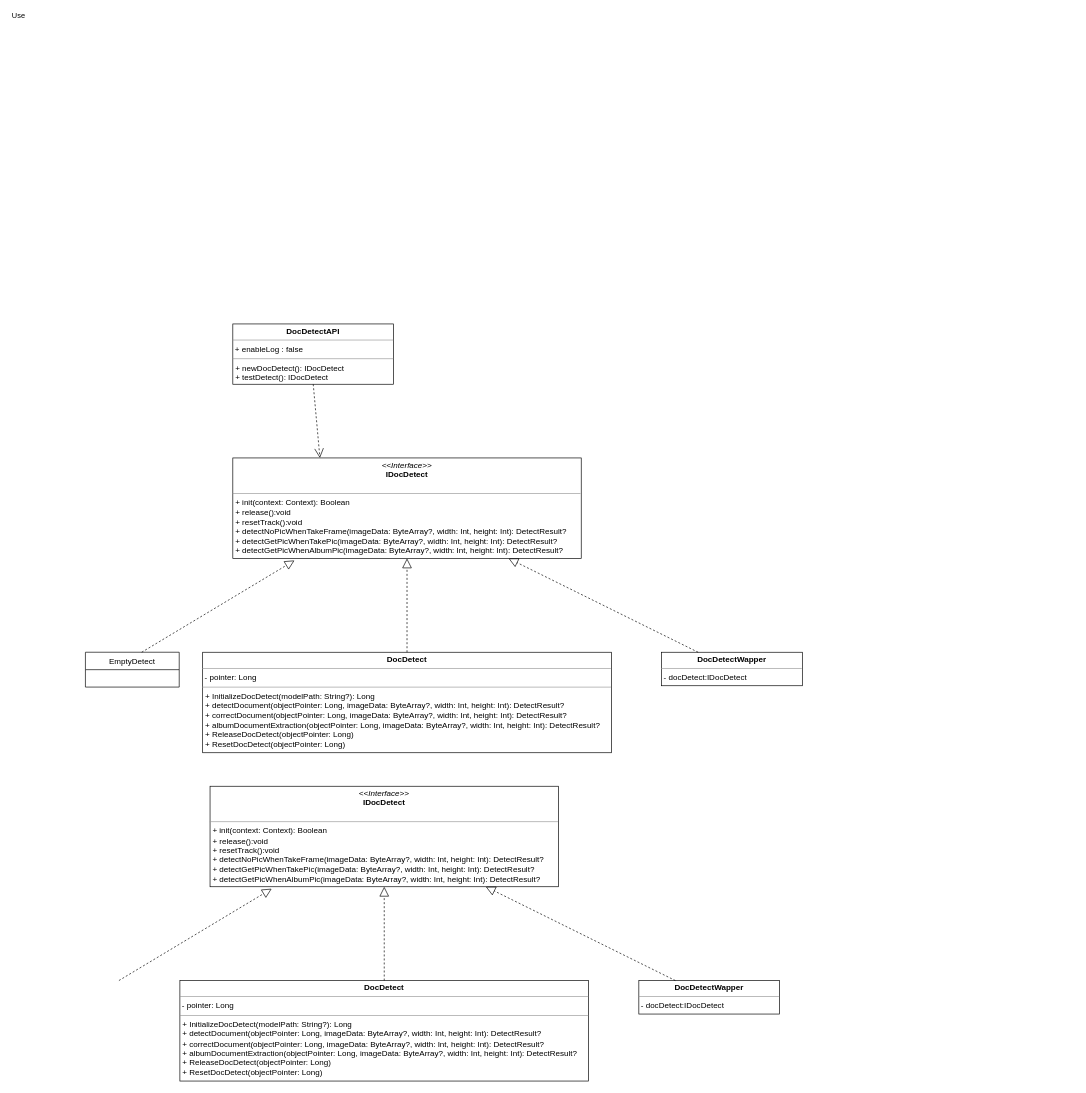
AlbertSnow/c keeps this draw.io diagram as page "API-data-source" (5 of 5) of pre-module-age.drawio. Above is the earlier version. Source tidied: cells renumbered, new cells numbered last; positions are measured from the earlier drawing's top-left corner, leaving out a move shared by most shapes. Both pictures are drawn from the tidied source at 67%, with x=0, y=0 at pixel (85, 324).
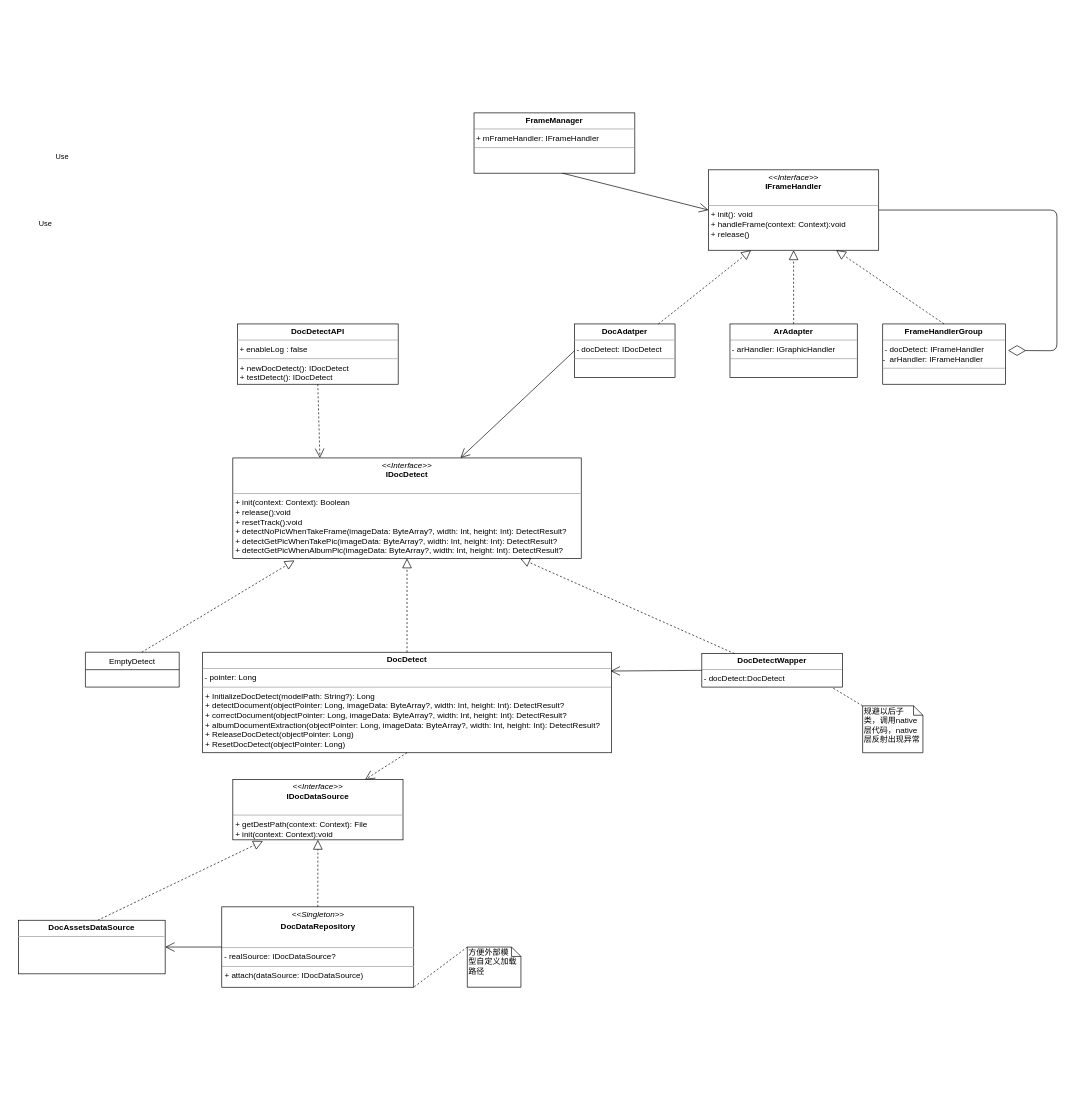
After the change.

Commit message:
Add client API

Unchanged cells that the change refers to:
```xml
<mxCell id="2" value="&lt;p style=&quot;margin: 0px ; margin-top: 4px ; text-align: center&quot;&gt;&lt;i&gt;&amp;lt;&amp;lt;Interface&amp;gt;&amp;gt;&lt;/i&gt;&lt;br&gt;&lt;b&gt;IDocDetect&lt;/b&gt;&lt;/p&gt;&lt;p style=&quot;margin: 0px ; margin-left: 4px&quot;&gt;&lt;br&gt;&lt;/p&gt;&lt;hr size=&quot;1&quot;&gt;&lt;p style=&quot;margin: 0px ; margin-left: 4px&quot;&gt;+&amp;nbsp;init(context: Context): Boolean&lt;/p&gt;&lt;p style=&quot;margin: 0px ; margin-left: 4px&quot;&gt;+ release():void&lt;/p&gt;&lt;p style=&quot;margin: 0px ; margin-left: 4px&quot;&gt;+ resetTrack():void&lt;/p&gt;&lt;p style=&quot;margin: 0px ; margin-left: 4px&quot;&gt;+ detectNoPicWhenTakeFrame(imageData: ByteArray?, width: Int, height: Int): DetectResult?&lt;/p&gt;&lt;p style=&quot;margin: 0px ; margin-left: 4px&quot;&gt;+ detectGetPicWhenTakePic(imageData: ByteArray?, width: Int, height: Int): DetectResult?&lt;/p&gt;&lt;p style=&quot;margin: 0px ; margin-left: 4px&quot;&gt;+ detectGetPicWhenAlbumPic(imageData: ByteArray?, width: Int, height: Int): DetectResult?&lt;/p&gt;&lt;p style=&quot;margin: 0px ; margin-left: 4px&quot;&gt;&lt;br&gt;&lt;/p&gt;&lt;p style=&quot;margin: 0px ; margin-left: 4px&quot;&gt;&lt;br&gt;&lt;/p&gt;&lt;p style=&quot;margin: 0px ; margin-left: 4px&quot;&gt;&lt;br&gt;&lt;/p&gt;&lt;p style=&quot;margin: 0px ; margin-left: 4px&quot;&gt;&lt;br&gt;&lt;/p&gt;" style="verticalAlign=top;align=left;overflow=fill;fontSize=12;fontFamily=Helvetica;html=1;" parent="1" vertex="1">
  <mxGeometry x="220" y="200" width="520" height="150" as="geometry" />
</mxCell>
<mxCell id="4" value="&lt;p style=&quot;margin: 0px ; margin-top: 4px ; text-align: center&quot;&gt;&lt;b&gt;DocDetect&lt;/b&gt;&lt;/p&gt;&lt;hr size=&quot;1&quot;&gt;&amp;nbsp;-&lt;span&gt;&amp;nbsp;pointer: Long&lt;/span&gt;&lt;br&gt;&lt;hr size=&quot;1&quot;&gt;&lt;p style=&quot;margin: 0px ; margin-left: 4px&quot;&gt;+ InitializeDocDetect(modelPath: String?): Long&lt;/p&gt;&lt;p style=&quot;margin: 0px ; margin-left: 4px&quot;&gt;+ detectDocument(objectPointer: Long, imageData: ByteArray?, width: Int, height: Int): DetectResult?&lt;/p&gt;&lt;p style=&quot;margin: 0px ; margin-left: 4px&quot;&gt;+ correctDocument(objectPointer: Long, imageData: ByteArray?, width: Int, height: Int): DetectResult?&lt;/p&gt;&lt;p style=&quot;margin: 0px ; margin-left: 4px&quot;&gt;+ albumDocumentExtraction(objectPointer: Long, imageData: ByteArray?, width: Int, height: Int): DetectResult?&lt;/p&gt;&lt;p style=&quot;margin: 0px ; margin-left: 4px&quot;&gt;+ ReleaseDocDetect(objectPointer: Long)&lt;/p&gt;&lt;p style=&quot;margin: 0px ; margin-left: 4px&quot;&gt;+ ResetDocDetect(objectPointer: Long)&lt;/p&gt;" style="verticalAlign=top;align=left;overflow=fill;fontSize=12;fontFamily=Helvetica;html=1;" parent="1" vertex="1">
  <mxGeometry x="175" y="490" width="610" height="150" as="geometry" />
</mxCell>
```

The edit, as a diff of the source:
```diff
@@
-    <mxCell id="7" value="&lt;p style=&quot;margin: 0px ; margin-top: 4px ; text-align: center&quot;&gt;&lt;b&gt;DocDetectWapper&lt;/b&gt;&lt;/p&gt;&lt;hr size=&quot;1&quot;&gt;&amp;nbsp;-&lt;span&gt;&amp;nbsp;docDetect:IDocDetect&lt;/span&gt;&lt;br&gt;&lt;hr size=&quot;1&quot;&gt;&lt;p style=&quot;margin: 0px ; margin-left: 4px&quot;&gt;&lt;br&gt;&lt;/p&gt;" style="verticalAlign=top;align=left;overflow=fill;fontSize=12;fontFamily=Helvetica;html=1;" parent="1" vertex="1">
-      <mxGeometry x="860" y="490" width="210" height="50" as="geometry" />
+    <mxCell id="7" value="&lt;p style=&quot;margin: 0px ; margin-top: 4px ; text-align: center&quot;&gt;&lt;b&gt;DocDetectWapper&lt;/b&gt;&lt;/p&gt;&lt;hr size=&quot;1&quot;&gt;&amp;nbsp;-&lt;span&gt;&amp;nbsp;docDetect:DocDetect&lt;/span&gt;&lt;br&gt;&lt;hr size=&quot;1&quot;&gt;&lt;p style=&quot;margin: 0px ; margin-left: 4px&quot;&gt;&lt;br&gt;&lt;/p&gt;" style="verticalAlign=top;align=left;overflow=fill;fontSize=12;fontFamily=Helvetica;html=1;" parent="1" vertex="1">
+      <mxGeometry x="920" y="492" width="210" height="50" as="geometry" />
     </mxCell>
@@
     <mxCell id="9" value="&lt;p style=&quot;margin: 0px ; margin-top: 4px ; text-align: center&quot;&gt;&lt;b&gt;DocDetectAPI&lt;/b&gt;&lt;/p&gt;&lt;hr size=&quot;1&quot;&gt;&amp;nbsp;&lt;span&gt;+ enableLog : false&lt;/span&gt;&lt;br&gt;&lt;hr size=&quot;1&quot;&gt;&lt;p style=&quot;margin: 0px ; margin-left: 4px&quot;&gt;+ newDocDetect(): IDocDetect&lt;/p&gt;&lt;p style=&quot;margin: 0px ; margin-left: 4px&quot;&gt;+ testDetect(): IDocDetect&lt;/p&gt;" style="verticalAlign=top;align=left;overflow=fill;fontSize=12;fontFamily=Helvetica;html=1;" parent="1" vertex="1">
-      <mxGeometry x="220" width="240" height="90" as="geometry" />
+      <mxGeometry x="226.8" width="240" height="90" as="geometry" />
     </mxCell>
     <mxCell id="10" value="Use" style="endArrow=open;endSize=12;dashed=1;html=1;exitX=0.5;exitY=1;exitDx=0;exitDy=0;entryX=0.25;entryY=0;entryDx=0;entryDy=0;" parent="1" edge="1" source="9" target="2">
-      <mxGeometry x="-1" y="-704" relative="1" as="geometry">
-        <mxPoint x="261" y="-614" as="offset" />
+      <mxGeometry x="-1" y="-490" relative="1" as="geometry">
+        <mxPoint x="108" y="-354" as="offset" />
       </mxGeometry>
     </mxCell>
-    <mxCell id="11" value="&lt;p style=&quot;margin: 0px ; margin-top: 4px ; text-align: center&quot;&gt;&lt;i&gt;&amp;lt;&amp;lt;Interface&amp;gt;&amp;gt;&lt;/i&gt;&lt;br&gt;&lt;b&gt;IDocDetect&lt;/b&gt;&lt;/p&gt;&lt;p style=&quot;margin: 0px ; margin-left: 4px&quot;&gt;&lt;br&gt;&lt;/p&gt;&lt;hr size=&quot;1&quot;&gt;&lt;p style=&quot;margin: 0px ; margin-left: 4px&quot;&gt;+&amp;nbsp;init(context: Context): Boolean&lt;/p&gt;&lt;p style=&quot;margin: 0px ; margin-left: 4px&quot;&gt;+ release():void&lt;/p&gt;&lt;p style=&quot;margin: 0px ; margin-left: 4px&quot;&gt;+ resetTrack():void&lt;/p&gt;&lt;p style=&quot;margin: 0px ; margin-left: 4px&quot;&gt;+ detectNoPicWhenTakeFrame(imageData: ByteArray?, width: Int, height: Int): DetectResult?&lt;/p&gt;&lt;p style=&quot;margin: 0px ; margin-left: 4px&quot;&gt;+ detectGetPicWhenTakePic(imageData: ByteArray?, width: Int, height: Int): DetectResult?&lt;/p&gt;&lt;p style=&quot;margin: 0px ; margin-left: 4px&quot;&gt;+ detectGetPicWhenAlbumPic(imageData: ByteArray?, width: Int, height: Int): DetectResult?&lt;/p&gt;&lt;p style=&quot;margin: 0px ; margin-left: 4px&quot;&gt;&lt;br&gt;&lt;/p&gt;&lt;p style=&quot;margin: 0px ; margin-left: 4px&quot;&gt;&lt;br&gt;&lt;/p&gt;&lt;p style=&quot;margin: 0px ; margin-left: 4px&quot;&gt;&lt;br&gt;&lt;/p&gt;&lt;p style=&quot;margin: 0px ; margin-left: 4px&quot;&gt;&lt;br&gt;&lt;/p&gt;" style="verticalAlign=top;align=left;overflow=fill;fontSize=12;fontFamily=Helvetica;html=1;" parent="1" vertex="1">
-      <mxGeometry x="186" y="690" width="520" height="150" as="geometry" />
+    <mxCell id="11" value="&lt;p style=&quot;margin: 0px ; margin-top: 4px ; text-align: center&quot;&gt;&lt;i&gt;&amp;lt;&amp;lt;Interface&amp;gt;&amp;gt;&lt;/i&gt;&lt;br&gt;&lt;b&gt;IDocDataSource&lt;/b&gt;&lt;/p&gt;&lt;p style=&quot;margin: 0px ; margin-left: 4px&quot;&gt;&lt;br&gt;&lt;/p&gt;&lt;hr size=&quot;1&quot;&gt;&lt;p style=&quot;margin: 0px ; margin-left: 4px&quot;&gt;+&amp;nbsp;getDestPath(context: Context): File&lt;/p&gt;&lt;p style=&quot;margin: 0px ; margin-left: 4px&quot;&gt;+ init(context: Context):void&lt;/p&gt;&lt;p style=&quot;margin: 0px ; margin-left: 4px&quot;&gt;&lt;br&gt;&lt;/p&gt;&lt;p style=&quot;margin: 0px ; margin-left: 4px&quot;&gt;&lt;br&gt;&lt;/p&gt;&lt;p style=&quot;margin: 0px ; margin-left: 4px&quot;&gt;&lt;br&gt;&lt;/p&gt;&lt;p style=&quot;margin: 0px ; margin-left: 4px&quot;&gt;&lt;br&gt;&lt;/p&gt;" style="verticalAlign=top;align=left;overflow=fill;fontSize=12;fontFamily=Helvetica;html=1;" parent="1" vertex="1">
+      <mxGeometry x="220" y="680" width="254" height="90" as="geometry" />
     </mxCell>
-    <mxCell id="12" style="endArrow=block;dashed=1;endFill=0;endSize=12;html=1;exitX=0.6;exitY=0;exitDx=0;exitDy=0;exitPerimeter=0;entryX=0.177;entryY=1.02;entryDx=0;entryDy=0;entryPerimeter=0;" parent="1" edge="1" target="11">
-      <mxGeometry relative="1" as="geometry">
-        <mxPoint x="50" y="980" as="sourcePoint" />
-      </mxGeometry>
+    <mxCell id="12" style="endArrow=block;dashed=1;endFill=0;endSize=12;html=1;entryX=0.177;entryY=1.02;entryDx=0;entryDy=0;entryPerimeter=0;exitX=0.541;exitY=0;exitDx=0;exitDy=0;exitPerimeter=0;" parent="1" edge="1" source="22" target="11">
+      <mxGeometry relative="1" as="geometry" />
     </mxCell>
-    <mxCell id="13" value="&lt;p style=&quot;margin: 0px ; margin-top: 4px ; text-align: center&quot;&gt;&lt;b&gt;DocDetect&lt;/b&gt;&lt;/p&gt;&lt;hr size=&quot;1&quot;&gt;&amp;nbsp;-&lt;span&gt;&amp;nbsp;pointer: Long&lt;/span&gt;&lt;br&gt;&lt;hr size=&quot;1&quot;&gt;&lt;p style=&quot;margin: 0px ; margin-left: 4px&quot;&gt;+ InitializeDocDetect(modelPath: String?): Long&lt;/p&gt;&lt;p style=&quot;margin: 0px ; margin-left: 4px&quot;&gt;+ detectDocument(objectPointer: Long, imageData: ByteArray?, width: Int, height: Int): DetectResult?&lt;/p&gt;&lt;p style=&quot;margin: 0px ; margin-left: 4px&quot;&gt;+ correctDocument(objectPointer: Long, imageData: ByteArray?, width: Int, height: Int): DetectResult?&lt;/p&gt;&lt;p style=&quot;margin: 0px ; margin-left: 4px&quot;&gt;+ albumDocumentExtraction(objectPointer: Long, imageData: ByteArray?, width: Int, height: Int): DetectResult?&lt;/p&gt;&lt;p style=&quot;margin: 0px ; margin-left: 4px&quot;&gt;+ ReleaseDocDetect(objectPointer: Long)&lt;/p&gt;&lt;p style=&quot;margin: 0px ; margin-left: 4px&quot;&gt;+ ResetDocDetect(objectPointer: Long)&lt;/p&gt;" style="verticalAlign=top;align=left;overflow=fill;fontSize=12;fontFamily=Helvetica;html=1;" parent="1" vertex="1">
-      <mxGeometry x="141" y="980" width="610" height="150" as="geometry" />
+    <mxCell id="13" value="&lt;p style=&quot;margin: 0px ; margin-top: 4px ; text-align: center&quot;&gt;&lt;i&gt;&amp;lt;&amp;lt;Singleton&amp;gt;&amp;gt;&lt;/i&gt;&lt;br&gt;&lt;/p&gt;&lt;p style=&quot;margin: 0px ; margin-top: 4px ; text-align: center&quot;&gt;&lt;b&gt;DocDataRepository&lt;/b&gt;&lt;/p&gt;&lt;p style=&quot;margin: 0px ; margin-top: 4px ; text-align: center&quot;&gt;&lt;b&gt;&lt;br&gt;&lt;/b&gt;&lt;/p&gt;&lt;hr size=&quot;1&quot;&gt;&amp;nbsp;-&lt;span&gt;&amp;nbsp;&lt;/span&gt;realSource: IDocDataSource?&lt;br&gt;&lt;hr size=&quot;1&quot;&gt;&lt;p style=&quot;margin: 0px ; margin-left: 4px&quot;&gt;+ attach(dataSource: IDocDataSource)&lt;br&gt;&lt;/p&gt;" style="verticalAlign=top;align=left;overflow=fill;fontSize=12;fontFamily=Helvetica;html=1;" parent="1" vertex="1">
+      <mxGeometry x="203.5" y="870" width="286.5" height="120" as="geometry" />
     </mxCell>
@@
-    <mxCell id="15" value="&lt;p style=&quot;margin: 0px ; margin-top: 4px ; text-align: center&quot;&gt;&lt;b&gt;DocDetectWapper&lt;/b&gt;&lt;/p&gt;&lt;hr size=&quot;1&quot;&gt;&amp;nbsp;-&lt;span&gt;&amp;nbsp;docDetect:IDocDetect&lt;/span&gt;&lt;br&gt;&lt;hr size=&quot;1&quot;&gt;&lt;p style=&quot;margin: 0px ; margin-left: 4px&quot;&gt;&lt;br&gt;&lt;/p&gt;" style="verticalAlign=top;align=left;overflow=fill;fontSize=12;fontFamily=Helvetica;html=1;" parent="1" vertex="1">
-      <mxGeometry x="826" y="980" width="210" height="50" as="geometry" />
-    </mxCell>
-    <mxCell id="16" style="endArrow=block;dashed=1;endFill=0;endSize=12;html=1;" parent="1" edge="1" source="15" target="11">
-      <mxGeometry relative="1" as="geometry" />
-    </mxCell>
+    <mxCell id="17" style="endArrow=diamondThin;endFill=0;endSize=24;html=1;entryX=1.022;entryY=0.44;entryDx=0;entryDy=0;entryPerimeter=0;" parent="1" edge="1" source="27" target="34">
+      <mxGeometry relative="1" as="geometry">
+        <Array as="points">
+          <mxPoint x="1450" y="-170" />
+          <mxPoint x="1450" y="40" />
+        </Array>
+      </mxGeometry>
+    </mxCell>
+    <mxCell id="18" style="endArrow=open;endFill=1;endSize=12;html=1;exitX=0;exitY=0.5;exitDx=0;exitDy=0;entryX=1;entryY=0.5;entryDx=0;entryDy=0;" parent="1" edge="1" source="13" target="22">
+      <mxGeometry relative="1" as="geometry" />
+    </mxCell>
+    <mxCell id="19" style="endArrow=open;endFill=1;endSize=12;html=1;exitX=0;exitY=0.5;exitDx=0;exitDy=0;entryX=0.998;entryY=0.187;entryDx=0;entryDy=0;entryPerimeter=0;" parent="1" edge="1" source="7" target="4">
+      <mxGeometry relative="1" as="geometry" />
+    </mxCell>
+    <mxCell id="20" value="规避以后子&lt;br&gt;类，调用native层代码，native层反射出现异常" style="shape=note;whiteSpace=wrap;html=1;size=14;verticalAlign=top;align=left;spacingTop=-6;" parent="1" vertex="1">
+      <mxGeometry x="1160" y="570" width="90" height="70" as="geometry" />
+    </mxCell>
+    <mxCell id="21" style="endArrow=none;dashed=1;html=1;entryX=0.929;entryY=1.02;entryDx=0;entryDy=0;entryPerimeter=0;exitX=0;exitY=0;exitDx=0;exitDy=0;exitPerimeter=0;" parent="1" edge="1" source="20" target="7">
+      <mxGeometry relative="1" as="geometry" />
+    </mxCell>
+    <mxCell id="22" value="&lt;p style=&quot;margin: 0px ; margin-top: 4px ; text-align: center&quot;&gt;&lt;b&gt;DocAssetsDataSource&lt;/b&gt;&lt;/p&gt;&lt;hr size=&quot;1&quot;&gt;&lt;p style=&quot;margin: 0px ; margin-left: 4px&quot;&gt;&lt;br&gt;&lt;/p&gt;" style="verticalAlign=top;align=left;overflow=fill;fontSize=12;fontFamily=Helvetica;html=1;" parent="1" vertex="1">
+      <mxGeometry x="-100" y="890" width="219" height="80" as="geometry" />
+    </mxCell>
+    <mxCell id="23" value="方便外部模&lt;br&gt;型自定义加载路径" style="shape=note;whiteSpace=wrap;html=1;size=14;verticalAlign=top;align=left;spacingTop=-6;" parent="1" vertex="1">
+      <mxGeometry x="570" y="930" width="80" height="60" as="geometry" />
+    </mxCell>
+    <mxCell id="24" style="endArrow=none;dashed=1;html=1;entryX=1;entryY=1;entryDx=0;entryDy=0;exitX=0;exitY=0;exitDx=0;exitDy=0;exitPerimeter=0;" parent="1" edge="1" source="23" target="13">
+      <mxGeometry relative="1" as="geometry" />
+    </mxCell>
+    <mxCell id="25" value="Use" style="endArrow=open;endSize=12;dashed=1;html=1;exitX=0.5;exitY=1;exitDx=0;exitDy=0;" parent="1" edge="1" source="4" target="11">
+      <mxGeometry x="-0.2" y="-956" relative="1" as="geometry">
+        <mxPoint y="-1" as="offset" />
+      </mxGeometry>
+    </mxCell>
+    <mxCell id="26" value="&lt;p style=&quot;margin: 0px ; margin-top: 4px ; text-align: center&quot;&gt;&lt;b&gt;FrameManager&lt;/b&gt;&lt;/p&gt;&lt;hr size=&quot;1&quot;&gt;&amp;nbsp;&lt;span&gt;+ mFrameHandler: IFrameHandler&lt;/span&gt;&lt;br&gt;&lt;hr size=&quot;1&quot;&gt;&lt;p style=&quot;margin: 0px ; margin-left: 4px&quot;&gt;&lt;br&gt;&lt;/p&gt;" style="verticalAlign=top;align=left;overflow=fill;fontSize=12;fontFamily=Helvetica;html=1;" parent="1" vertex="1">
+      <mxGeometry x="580" y="-315" width="240" height="90" as="geometry" />
+    </mxCell>
+    <mxCell id="27" value="&lt;p style=&quot;margin: 0px ; margin-top: 4px ; text-align: center&quot;&gt;&lt;i&gt;&amp;lt;&amp;lt;Interface&amp;gt;&amp;gt;&lt;/i&gt;&lt;br&gt;&lt;b&gt;IFrameHandler&lt;/b&gt;&lt;/p&gt;&lt;p style=&quot;margin: 0px ; margin-left: 4px&quot;&gt;&lt;br&gt;&lt;/p&gt;&lt;hr size=&quot;1&quot;&gt;&lt;p style=&quot;margin: 0px ; margin-left: 4px&quot;&gt;+ init(): void&lt;/p&gt;&lt;p style=&quot;margin: 0px ; margin-left: 4px&quot;&gt;+ handleFrame(context: Context):void&lt;/p&gt;&lt;p style=&quot;margin: 0px ; margin-left: 4px&quot;&gt;+ release()&lt;/p&gt;&lt;p style=&quot;margin: 0px ; margin-left: 4px&quot;&gt;&lt;br&gt;&lt;/p&gt;&lt;p style=&quot;margin: 0px ; margin-left: 4px&quot;&gt;&lt;br&gt;&lt;/p&gt;&lt;p style=&quot;margin: 0px ; margin-left: 4px&quot;&gt;&lt;br&gt;&lt;/p&gt;&lt;p style=&quot;margin: 0px ; margin-left: 4px&quot;&gt;&lt;br&gt;&lt;/p&gt;" style="verticalAlign=top;align=left;overflow=fill;fontSize=12;fontFamily=Helvetica;html=1;" parent="1" vertex="1">
+      <mxGeometry x="930" y="-230" width="254" height="120" as="geometry" />
+    </mxCell>
+    <mxCell id="28" value="&lt;p style=&quot;margin: 0px ; margin-top: 4px ; text-align: center&quot;&gt;&lt;b&gt;DocAdatper&lt;/b&gt;&lt;/p&gt;&lt;hr size=&quot;1&quot;&gt;&amp;nbsp;- docDetect: IDocDetect&lt;br&gt;&lt;hr size=&quot;1&quot;&gt;&lt;p style=&quot;margin: 0px ; margin-left: 4px&quot;&gt;&lt;br&gt;&lt;/p&gt;" style="verticalAlign=top;align=left;overflow=fill;fontSize=12;fontFamily=Helvetica;html=1;" parent="1" vertex="1">
+      <mxGeometry x="730" width="150" height="80" as="geometry" />
+    </mxCell>
+    <mxCell id="29" style="endArrow=block;dashed=1;endFill=0;endSize=12;html=1;entryX=0.25;entryY=1;entryDx=0;entryDy=0;" parent="1" edge="1" source="28" target="27">
+      <mxGeometry relative="1" as="geometry" />
+    </mxCell>
+    <mxCell id="30" style="endArrow=block;dashed=1;endFill=0;endSize=12;html=1;entryX=0.5;entryY=1;entryDx=0;entryDy=0;" parent="1" edge="1" source="32" target="27">
+      <mxGeometry relative="1" as="geometry" />
+    </mxCell>
+    <mxCell id="31" style="endArrow=open;endFill=1;endSize=12;html=1;exitX=0;exitY=0.5;exitDx=0;exitDy=0;" parent="1" edge="1" source="28" target="2">
+      <mxGeometry relative="1" as="geometry" />
+    </mxCell>
+    <mxCell id="32" value="&lt;p style=&quot;margin: 0px ; margin-top: 4px ; text-align: center&quot;&gt;&lt;b&gt;ArAdapter&lt;/b&gt;&lt;/p&gt;&lt;hr size=&quot;1&quot;&gt;&amp;nbsp;- arHandler: IGraphicHandler&lt;br&gt;&lt;hr size=&quot;1&quot;&gt;&lt;p style=&quot;margin: 0px ; margin-left: 4px&quot;&gt;&lt;br&gt;&lt;/p&gt;" style="verticalAlign=top;align=left;overflow=fill;fontSize=12;fontFamily=Helvetica;html=1;" parent="1" vertex="1">
+      <mxGeometry x="962" width="190" height="80" as="geometry" />
+    </mxCell>
+    <mxCell id="33" style="endArrow=open;endFill=1;endSize=12;html=1;exitX=0.55;exitY=1;exitDx=0;exitDy=0;entryX=0;entryY=0.5;entryDx=0;entryDy=0;exitPerimeter=0;" parent="1" edge="1" source="26" target="27">
+      <mxGeometry relative="1" as="geometry" />
+    </mxCell>
+    <mxCell id="34" value="&lt;p style=&quot;margin: 0px ; margin-top: 4px ; text-align: center&quot;&gt;&lt;b&gt;FrameHandlerGroup&lt;/b&gt;&lt;/p&gt;&lt;hr size=&quot;1&quot;&gt;&amp;nbsp;- docDetect: IFrameHandler&lt;br&gt;-&amp;nbsp; arHandler: IFrameHandler&lt;br&gt;&lt;hr size=&quot;1&quot;&gt;&lt;p style=&quot;margin: 0px ; margin-left: 4px&quot;&gt;&lt;br&gt;&lt;/p&gt;" style="verticalAlign=top;align=left;overflow=fill;fontSize=12;fontFamily=Helvetica;html=1;" parent="1" vertex="1">
+      <mxGeometry x="1190" width="183" height="90" as="geometry" />
+    </mxCell>
+    <mxCell id="35" style="endArrow=block;dashed=1;endFill=0;endSize=12;html=1;exitX=0.5;exitY=0;exitDx=0;exitDy=0;entryX=0.75;entryY=1;entryDx=0;entryDy=0;" parent="1" edge="1" source="34" target="27">
+      <mxGeometry relative="1" as="geometry" />
+    </mxCell>
```
